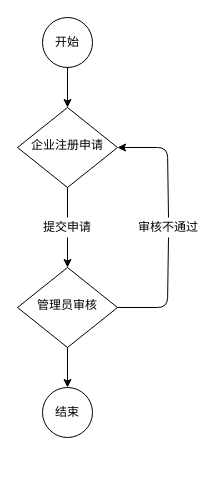
Above: Untitled Diagram.drawio in gishys/NM.Template (draw.io), before the change. Source tidied: cells renumbered, new cells numbered last; positions are measured from the earlier drawing's top-left corner, leaving out a move shared by most shapes. Both pictures are drawn from the tidied source at 100%, with x=0, y=0 at pixel (17, 17).
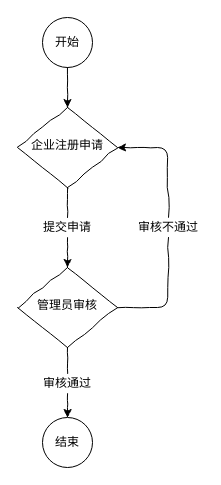
The same diagram, later.

What changed in the source:
```diff
@@
 <mxGraphModel>
   <root>
     <mxCell id="0" />
     <mxCell id="1" parent="0" />
-    <mxCell id="2" value="企业注册申请" style="rhombus;whiteSpace=wrap;html=1;shadow=0;fontFamily=Helvetica;fontSize=12;align=center;strokeWidth=1;spacing=6;spacingTop=-4;" parent="1" vertex="1">
+    <mxCell id="2" value="企业注册申请" style="rhombus;whiteSpace=wrap;html=1;shadow=0;fontFamily=Helvetica;fontSize=12;align=center;strokeWidth=1;spacing=6;spacingTop=-4;comic=1;" parent="1" vertex="1">
       <mxGeometry y="90" width="100" height="80" as="geometry" />
     </mxCell>
-    <mxCell id="3" value="管理员审核" style="rhombus;whiteSpace=wrap;html=1;shadow=0;fontFamily=Helvetica;fontSize=12;align=center;strokeWidth=1;spacing=6;spacingTop=-4;" parent="1" vertex="1">
+    <mxCell id="3" value="管理员审核" style="rhombus;whiteSpace=wrap;html=1;shadow=0;fontFamily=Helvetica;fontSize=12;align=center;strokeWidth=1;spacing=6;spacingTop=-4;comic=1;" parent="1" vertex="1">
       <mxGeometry y="250" width="100" height="80" as="geometry" />
     </mxCell>
-    <mxCell id="4" value="开始" style="ellipse;whiteSpace=wrap;html=1;" parent="1" vertex="1">
+    <mxCell id="4" value="开始" style="ellipse;whiteSpace=wrap;html=1;comic=1;" parent="1" vertex="1">
       <mxGeometry x="25" width="50" height="50" as="geometry" />
     </mxCell>
-    <mxCell id="5" style="endArrow=classic;html=1;exitX=0.5;exitY=1;exitDx=0;exitDy=0;startArrow=none;" parent="1" edge="1" source="9" target="3">
+    <mxCell id="5" style="endArrow=classic;html=1;exitX=0.5;exitY=1;exitDx=0;exitDy=0;startArrow=none;comic=1;" parent="1" edge="1" source="9" target="3">
       <mxGeometry relative="1" as="geometry" />
     </mxCell>
-    <mxCell id="6" style="endArrow=classic;html=1;entryX=0.5;entryY=0;entryDx=0;entryDy=0;exitX=0.5;exitY=1;exitDx=0;exitDy=0;" parent="1" edge="1" source="4" target="2">
+    <mxCell id="6" style="endArrow=classic;html=1;entryX=0.5;entryY=0;entryDx=0;entryDy=0;exitX=0.5;exitY=1;exitDx=0;exitDy=0;comic=1;" parent="1" edge="1" source="4" target="2">
       <mxGeometry relative="1" as="geometry" />
     </mxCell>
     <mxCell id="7" value="结束" style="ellipse;whiteSpace=wrap;html=1;" parent="1" vertex="1">
-      <mxGeometry x="25" y="370" width="50" height="50" as="geometry" />
+      <mxGeometry x="25" y="400" width="50" height="50" as="geometry" />
     </mxCell>
-    <mxCell id="8" style="endArrow=classic;html=1;exitX=0.5;exitY=1;exitDx=0;exitDy=0;entryX=0.5;entryY=0;entryDx=0;entryDy=0;" parent="1" edge="1" source="3" target="7">
-      <mxGeometry relative="1" as="geometry" />
-    </mxCell>
-    <mxCell id="9" value="提交申请" style="text;html=1;strokeColor=none;fillColor=none;align=center;verticalAlign=middle;whiteSpace=wrap;rounded=0;labelBackgroundColor=none;" parent="1" vertex="1">
+    <mxCell id="9" value="提交申请" style="text;html=1;strokeColor=none;fillColor=none;align=center;verticalAlign=middle;whiteSpace=wrap;rounded=0;labelBackgroundColor=none;comic=1;" parent="1" vertex="1">
       <mxGeometry x="25" y="200" width="50" height="20" as="geometry" />
     </mxCell>
-    <mxCell id="10" style="endArrow=none;html=1;exitX=0.5;exitY=1;exitDx=0;exitDy=0;" parent="1" edge="1" source="2" target="9">
+    <mxCell id="10" style="endArrow=none;html=1;exitX=0.5;exitY=1;exitDx=0;exitDy=0;comic=1;" parent="1" edge="1" source="2" target="9">
       <mxGeometry relative="1" as="geometry" />
     </mxCell>
-    <mxCell id="11" value="&lt;div&gt;审核不通过&lt;/div&gt;" style="text;html=1;strokeColor=none;fillColor=none;align=center;verticalAlign=middle;whiteSpace=wrap;rounded=0;labelBackgroundColor=none;" parent="1" vertex="1">
+    <mxCell id="11" value="&lt;div&gt;审核不通过&lt;/div&gt;" style="text;html=1;strokeColor=none;fillColor=none;align=center;verticalAlign=middle;whiteSpace=wrap;rounded=0;labelBackgroundColor=none;comic=1;" parent="1" vertex="1">
       <mxGeometry x="116" y="200" width="70" height="20" as="geometry" />
     </mxCell>
-    <mxCell id="12" style="endArrow=classic;html=1;entryX=1;entryY=0.5;entryDx=0;entryDy=0;exitX=0.5;exitY=0;exitDx=0;exitDy=0;" parent="1" edge="1" source="11" target="2">
+    <mxCell id="12" style="endArrow=classic;html=1;entryX=1;entryY=0.5;entryDx=0;entryDy=0;exitX=0.5;exitY=0;exitDx=0;exitDy=0;comic=1;" parent="1" edge="1" source="11" target="2">
       <mxGeometry relative="1" as="geometry">
         <Array as="points">
           <mxPoint x="150" y="130" />
         </Array>
       </mxGeometry>
     </mxCell>
-    <mxCell id="13" style="endArrow=none;html=1;exitX=1;exitY=0.5;exitDx=0;exitDy=0;entryX=0.5;entryY=1;entryDx=0;entryDy=0;" parent="1" edge="1" source="3" target="11">
+    <mxCell id="13" style="endArrow=none;html=1;exitX=1;exitY=0.5;exitDx=0;exitDy=0;entryX=0.5;entryY=1;entryDx=0;entryDy=0;comic=1;" parent="1" edge="1" source="3" target="11">
       <mxGeometry relative="1" as="geometry">
         <Array as="points">
           <mxPoint x="150" y="290" />
         </Array>
       </mxGeometry>
     </mxCell>
+    <mxCell id="14" value="审核通过" style="text;html=1;strokeColor=none;fillColor=none;align=center;verticalAlign=middle;whiteSpace=wrap;rounded=0;labelBackgroundColor=none;comic=1;" parent="1" vertex="1">
+      <mxGeometry x="25" y="356" width="50" height="20" as="geometry" />
+    </mxCell>
+    <mxCell id="15" style="endArrow=classic;html=1;exitX=0.5;exitY=1;exitDx=0;exitDy=0;entryX=0.5;entryY=0;entryDx=0;entryDy=0;comic=1;" parent="1" edge="1" source="14" target="7">
+      <mxGeometry relative="1" as="geometry" />
+    </mxCell>
+    <mxCell id="16" style="endArrow=none;html=1;exitX=0.5;exitY=0;exitDx=0;exitDy=0;entryX=0.5;entryY=1;entryDx=0;entryDy=0;comic=1;" parent="1" edge="1" source="14" target="3">
+      <mxGeometry relative="1" as="geometry" />
+    </mxCell>
   </root>
 </mxGraphModel>
```
